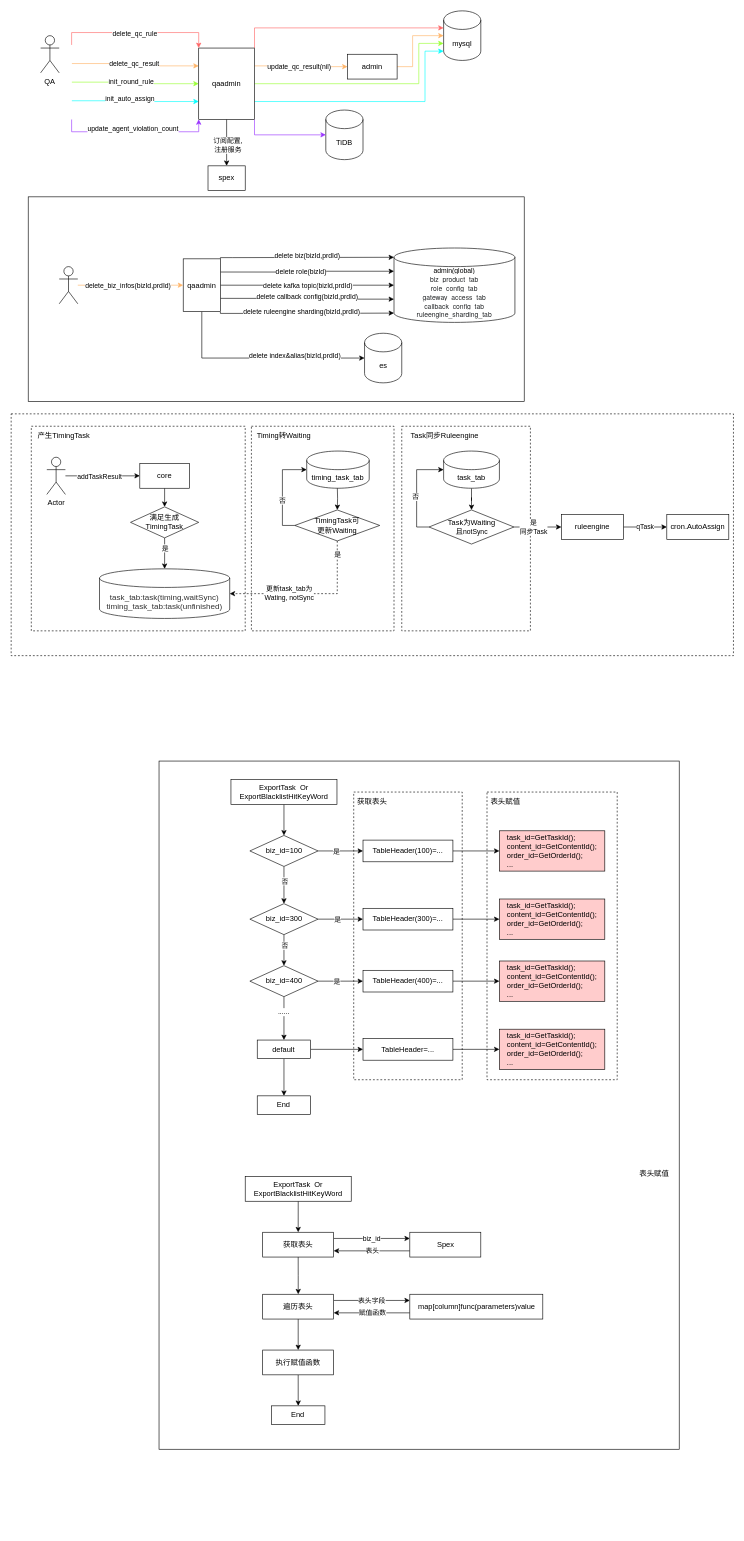
Above: Untitled Diagram.drawio in IMSTlsc/gin (draw.io), before the change. Source tidied: cells renumbered, new cells numbered last; positions are measured from the earlier drawing's top-left corner, leaving out a move shared by most shapes. Both pictures are drawn from the tidied source at 62%, with x=0, y=0 at pixel (11, 11).
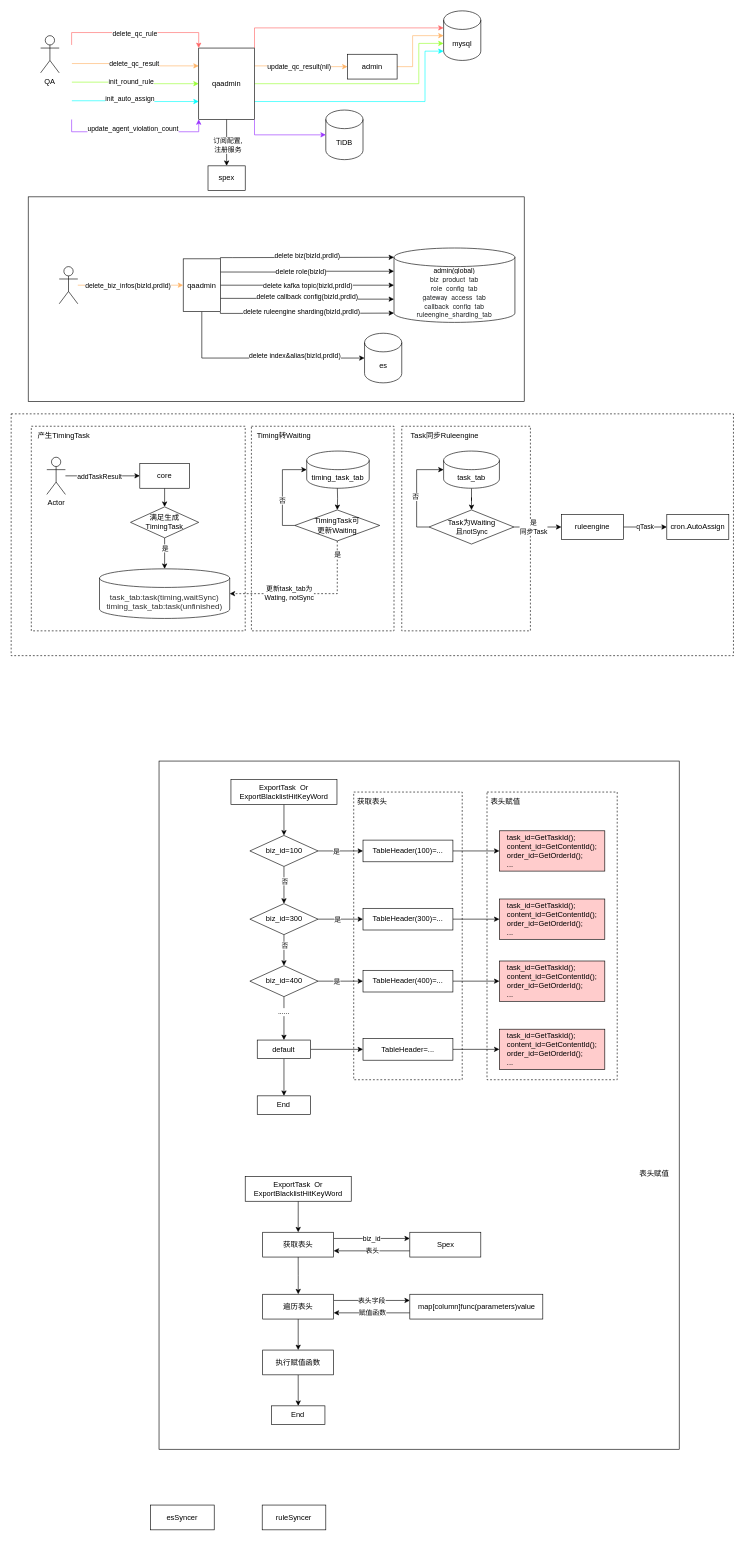
Above is the later version.

Change to the diagram source:
```diff
@@
+    <mxCell id="134" value="esSyncer" style="rounded=0;whiteSpace=wrap;html=1;" parent="1" vertex="1">
+      <mxGeometry x="225.4" y="2410" width="102.6" height="40" as="geometry" />
+    </mxCell>
+    <mxCell id="135" value="ruleSyncer" style="rounded=0;whiteSpace=wrap;html=1;" parent="1" vertex="1">
+      <mxGeometry x="405.4" y="2410" width="102.6" height="40" as="geometry" />
+    </mxCell>
```
